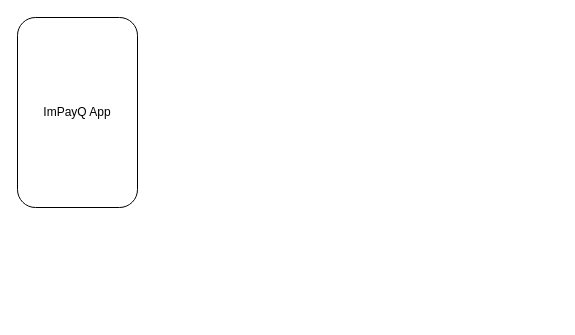
Earlier version of the draw.io diagram ImPayQ.drawio (ChanX21/Diagrams). Source tidied: cells renumbered, new cells numbered last; positions are measured from the earlier drawing's top-left corner, leaving out a move shared by most shapes. Both pictures are drawn from the tidied source at 100%, with x=0, y=0 at pixel (17, 17).
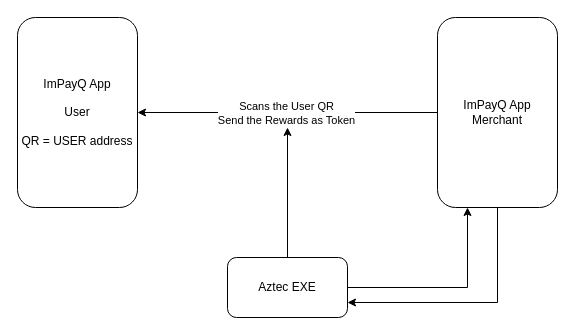
Above is the later version.

Diff of the diagram source:
```diff
@@
 <mxGraphModel>
   <root>
     <mxCell id="0" />
     <mxCell id="1" parent="0" />
-    <mxCell id="2" value="ImPayQ App" style="rounded=1;whiteSpace=wrap;html=1;" parent="1" vertex="1">
+    <mxCell id="2" value="ImPayQ App&lt;div&gt;&lt;br&gt;&lt;/div&gt;&lt;div&gt;User&lt;/div&gt;&lt;div&gt;&lt;br&gt;&lt;/div&gt;&lt;div&gt;QR = USER address&lt;/div&gt;" style="rounded=1;whiteSpace=wrap;html=1;" parent="1" vertex="1">
       <mxGeometry width="120" height="190" as="geometry" />
     </mxCell>
+    <mxCell id="3" style="edgeStyle=orthogonalEdgeStyle;rounded=0;jettySize=auto;html=1;exitX=0;exitY=0.5;exitDx=0;exitDy=0;entryX=1;entryY=0.5;entryDx=0;entryDy=0;" parent="1" edge="1" source="6" target="2">
+      <mxGeometry relative="1" as="geometry" />
+    </mxCell>
+    <mxCell id="4" value="Scans the User QR&lt;div&gt;Send the Rewards as Token&lt;/div&gt;" style="edgeLabel;html=1;align=center;verticalAlign=middle;" parent="3" vertex="1">
+      <mxGeometry x="0.14" y="-2" relative="1" as="geometry">
+        <mxPoint x="19" y="2" as="offset" />
+      </mxGeometry>
+    </mxCell>
+    <mxCell id="5" style="edgeStyle=orthogonalEdgeStyle;rounded=0;jettySize=auto;html=1;exitX=0.5;exitY=1;exitDx=0;exitDy=0;entryX=1;entryY=0.75;entryDx=0;entryDy=0;" parent="1" edge="1" source="6" target="9">
+      <mxGeometry relative="1" as="geometry" />
+    </mxCell>
+    <mxCell id="6" value="ImPayQ App&lt;div&gt;Merchant&lt;/div&gt;" style="rounded=1;whiteSpace=wrap;html=1;" parent="1" vertex="1">
+      <mxGeometry x="420" width="120" height="190" as="geometry" />
+    </mxCell>
+    <mxCell id="7" style="edgeStyle=orthogonalEdgeStyle;rounded=0;jettySize=auto;html=1;exitX=0.5;exitY=0;exitDx=0;exitDy=0;" parent="1" edge="1" source="9">
+      <mxGeometry relative="1" as="geometry">
+        <mxPoint x="270" y="110" as="targetPoint" />
+      </mxGeometry>
+    </mxCell>
+    <mxCell id="8" style="edgeStyle=orthogonalEdgeStyle;rounded=0;jettySize=auto;html=1;exitX=1;exitY=0.5;exitDx=0;exitDy=0;entryX=0.25;entryY=1;entryDx=0;entryDy=0;" parent="1" edge="1" source="9" target="6">
+      <mxGeometry relative="1" as="geometry" />
+    </mxCell>
+    <mxCell id="9" value="Aztec EXE" style="rounded=1;whiteSpace=wrap;html=1;" parent="1" vertex="1">
+      <mxGeometry x="210" y="240" width="120" height="60" as="geometry" />
+    </mxCell>
   </root>
 </mxGraphModel>
```
